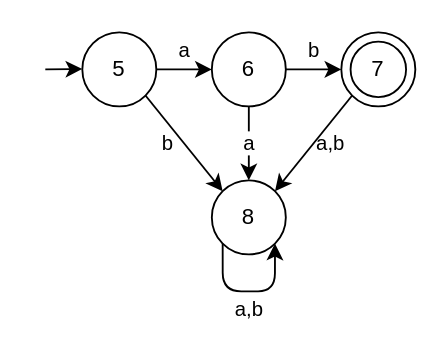
This is page "Includee" (9 of 9) of Thompson_Construction/Thompson_Construction.drawio from Tobi2K/diagrams.net, a draw.io file, before an edit. Source tidied: cells renumbered, new cells numbered last; positions are measured from the earlier drawing's top-left corner, leaving out a move shared by most shapes. Both pictures are drawn from the tidied source at 185%, with x=0, y=0 at pixel (44, 31).
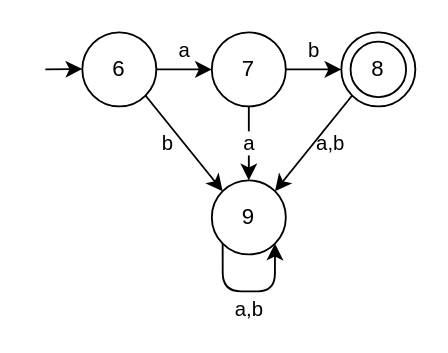
The same page after the edit.

What changed in the source:
```diff
@@
 <mxGraphModel>
   <root>
     <mxCell id="0" />
     <mxCell id="1" parent="0" />
-    <mxCell id="2" value="5" style="ellipse;whiteSpace=wrap;html=1;" parent="1" vertex="1">
+    <mxCell id="2" value="6" style="ellipse;whiteSpace=wrap;html=1;" parent="1" vertex="1">
       <mxGeometry x="20" width="40" height="40" as="geometry" />
     </mxCell>
     <mxCell id="3" value="a" style="edgeStyle=orthogonalEdgeStyle;rounded=1;jettySize=auto;html=1;exitX=0.5;exitY=1;exitDx=0;exitDy=0;entryX=0.5;entryY=0;entryDx=0;entryDy=0;" parent="1" edge="1" source="4" target="5">
       <mxGeometry relative="1" as="geometry" />
     </mxCell>
-    <mxCell id="4" value="6" style="ellipse;whiteSpace=wrap;html=1;" parent="1" vertex="1">
+    <mxCell id="4" value="7" style="ellipse;whiteSpace=wrap;html=1;" parent="1" vertex="1">
       <mxGeometry x="90" width="40" height="40" as="geometry" />
     </mxCell>
-    <mxCell id="5" value="8" style="ellipse;whiteSpace=wrap;html=1;" parent="1" vertex="1">
+    <mxCell id="5" value="9" style="ellipse;whiteSpace=wrap;html=1;" parent="1" vertex="1">
       <mxGeometry x="90" y="80" width="40" height="40" as="geometry" />
     </mxCell>
     <mxCell id="6" style="ellipse;whiteSpace=wrap;html=1;" parent="1" vertex="1">
       <mxGeometry x="160" width="40" height="40" as="geometry" />
     </mxCell>
     <mxCell id="7" value="a" style="endArrow=classic;html=1;curved=1;exitX=1;exitY=0.5;exitDx=0;exitDy=0;entryX=0;entryY=0.5;entryDx=0;entryDy=0;labelBackgroundColor=none;" parent="1" edge="1" source="2" target="4">
       <mxGeometry y="10" relative="1" as="geometry" />
     </mxCell>
     <mxCell id="8" value="b" style="endArrow=classic;html=1;curved=1;exitX=1;exitY=1;exitDx=0;exitDy=0;entryX=0;entryY=0;entryDx=0;entryDy=0;labelBackgroundColor=none;" parent="1" edge="1" source="2" target="5">
       <mxGeometry x="-0.19" y="-7" relative="1" as="geometry" />
     </mxCell>
     <mxCell id="9" value="&lt;div&gt;b&lt;/div&gt;" style="endArrow=classic;html=1;curved=1;entryX=0;entryY=0.5;entryDx=0;entryDy=0;exitX=1;exitY=0.5;exitDx=0;exitDy=0;" parent="1" edge="1" source="4" target="6">
       <mxGeometry y="10" relative="1" as="geometry" />
     </mxCell>
     <mxCell id="10" value="a,b" style="edgeStyle=orthogonalEdgeStyle;rounded=1;orthogonalLoop=1;jettySize=auto;html=1;exitX=0;exitY=1;exitDx=0;exitDy=0;entryX=1;entryY=1;entryDx=0;entryDy=0;" parent="1" edge="1" source="5" target="5">
       <mxGeometry y="-10" relative="1" as="geometry">
         <Array as="points">
           <mxPoint x="96" y="140" />
           <mxPoint x="124" y="140" />
         </Array>
       </mxGeometry>
     </mxCell>
-    <mxCell id="11" value="7" style="ellipse;whiteSpace=wrap;html=1;" parent="1" vertex="1">
+    <mxCell id="11" value="8" style="ellipse;whiteSpace=wrap;html=1;" parent="1" vertex="1">
       <mxGeometry x="165" y="5" width="30" height="30" as="geometry" />
     </mxCell>
     <mxCell id="12" value="a,b" style="endArrow=classic;html=1;rounded=0;entryX=1;entryY=0;entryDx=0;entryDy=0;exitX=0;exitY=1;exitDx=0;exitDy=0;labelBackgroundColor=none;" parent="1" edge="1" source="6" target="5">
       <mxGeometry x="-0.19" y="7" relative="1" as="geometry" />
     </mxCell>
     <mxCell id="13" style="endArrow=classic;html=1;rounded=0;labelBackgroundColor=none;entryX=0;entryY=0.5;entryDx=0;entryDy=0;" parent="1" edge="1">
       <mxGeometry relative="1" as="geometry">
         <mxPoint y="20" as="sourcePoint" />
         <mxPoint x="20" y="19.8" as="targetPoint" />
       </mxGeometry>
     </mxCell>
   </root>
 </mxGraphModel>
```
